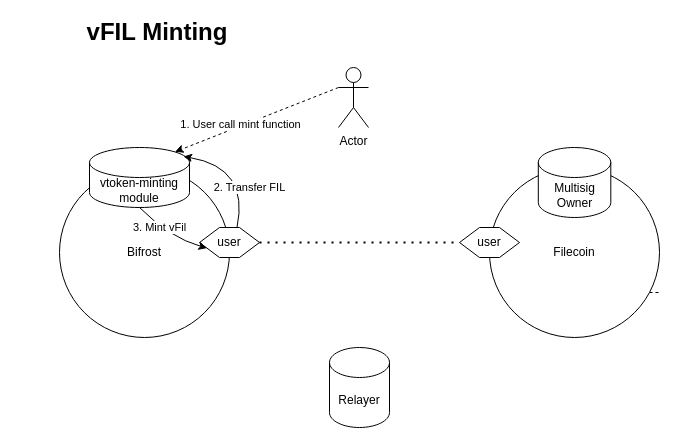
The draw.io diagram vfil-minting-redeeming.drawio in herryho/flowchars, before the edit. Source tidied: cells renumbered, new cells numbered last; positions are measured from the earlier drawing's top-left corner, leaving out a move shared by most shapes. Both pictures are drawn from the tidied source at 100%, with x=0, y=0 at pixel (27, 17).
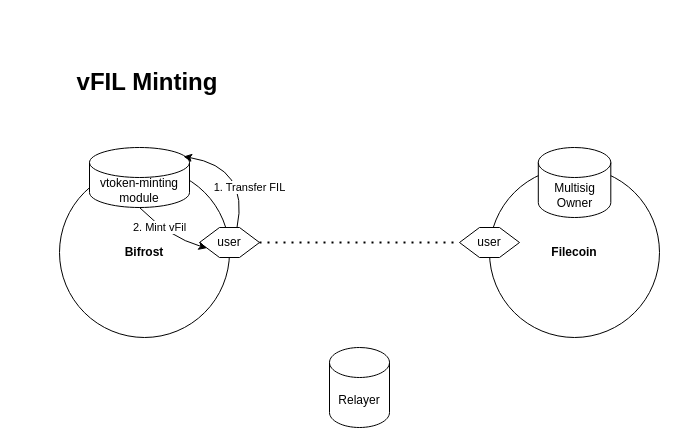
The same page after the edit.

Unchanged cells that the change refers to:
```xml
<mxCell id="5" value="user" style="shape=hexagon;perimeter=hexagonPerimeter2;whiteSpace=wrap;html=1;fixedSize=1;" parent="1" vertex="1">
  <mxGeometry x="172" y="210" width="60" height="30" as="geometry" />
</mxCell>
<mxCell id="9" value="vtoken-minting module" style="shape=cylinder3;whiteSpace=wrap;html=1;boundedLbl=1;backgroundOutline=1;size=15;" parent="1" vertex="1">
  <mxGeometry x="62" y="130" width="100" height="60" as="geometry" />
</mxCell>
```

Change to the diagram source:
```diff
@@
     <mxCell id="2" value="vFIL Minting" style="text;html=1;strokeColor=none;fillColor=none;align=center;verticalAlign=middle;whiteSpace=wrap;rounded=0;fontStyle=1;fontSize=24;" parent="1" vertex="1">
-      <mxGeometry width="260" height="30" as="geometry" />
+      <mxGeometry x="-10" y="50" width="260" height="30" as="geometry" />
     </mxCell>
-    <mxCell id="3" value="Bifrost" style="ellipse;whiteSpace=wrap;html=1;" parent="1" vertex="1">
+    <mxCell id="3" value="&lt;b&gt;Bifrost&lt;/b&gt;" style="ellipse;whiteSpace=wrap;html=1;" parent="1" vertex="1">
       <mxGeometry x="32" y="150" width="170" height="170" as="geometry" />
     </mxCell>
-    <mxCell id="4" value="Filecoin" style="ellipse;whiteSpace=wrap;html=1;" parent="1" vertex="1">
+    <mxCell id="4" value="&lt;b&gt;Filecoin&lt;/b&gt;" style="ellipse;whiteSpace=wrap;html=1;" parent="1" vertex="1">
       <mxGeometry x="462" y="150" width="170" height="170" as="geometry" />
     </mxCell>
@@
-    <mxCell id="10" value="2. Transfer FIL" style="curved=1;endArrow=classic;html=1;rounded=0;entryX=0.94;entryY=0.15;entryDx=0;entryDy=0;entryPerimeter=0;exitX=0.625;exitY=0;exitDx=0;exitDy=0;" parent="1" edge="1" source="5" target="9">
+    <mxCell id="10" value="1. Transfer FIL" style="curved=1;endArrow=classic;html=1;rounded=0;entryX=0.94;entryY=0.15;entryDx=0;entryDy=0;entryPerimeter=0;exitX=0.625;exitY=0;exitDx=0;exitDy=0;" parent="1" edge="1" source="5" target="9">
       <mxGeometry x="-0.34" y="-4" relative="1" as="geometry">
         <Array as="points">
           <mxPoint x="222" y="150" />
         </Array>
       </mxGeometry>
     </mxCell>
@@
-    <mxCell id="12" style="endArrow=none;dashed=1;html=1;rounded=0;exitX=1;exitY=0.5;exitDx=0;exitDy=0;" parent="1" edge="1">
-      <mxGeometry relative="1" as="geometry">
-        <mxPoint x="622" y="275" as="sourcePoint" />
-        <mxPoint x="632" y="275" as="targetPoint" />
-      </mxGeometry>
-    </mxCell>
-    <mxCell id="13" value="Actor" style="shape=umlActor;verticalLabelPosition=bottom;verticalAlign=top;html=1;outlineConnect=0;" parent="1" vertex="1">
-      <mxGeometry x="311" y="50" width="30" height="60" as="geometry" />
-    </mxCell>
-    <mxCell id="14" style="endArrow=classic;html=1;rounded=0;exitX=0;exitY=0.3333333333333333;exitDx=0;exitDy=0;exitPerimeter=0;entryX=0.855;entryY=0;entryDx=0;entryDy=4.35;entryPerimeter=0;dashed=1;" parent="1" edge="1" source="13" target="9">
-      <mxGeometry relative="1" as="geometry" />
-    </mxCell>
-    <mxCell id="15" value="1. User call mint function" style="edgeLabel;html=1;align=center;verticalAlign=middle;" parent="14" vertex="1">
-      <mxGeometry x="0.2" y="-2" relative="1" as="geometry" />
-    </mxCell>
-    <mxCell id="16" value="3. Mint vFil" style="curved=1;endArrow=classic;html=1;rounded=0;exitX=0.5;exitY=1;exitDx=0;exitDy=0;exitPerimeter=0;entryX=0;entryY=0.75;entryDx=0;entryDy=0;" parent="1" edge="1" source="9" target="5">
+    <mxCell id="16" value="2. Mint vFil" style="curved=1;endArrow=classic;html=1;rounded=0;exitX=0.5;exitY=1;exitDx=0;exitDy=0;exitPerimeter=0;entryX=0;entryY=0.75;entryDx=0;entryDy=0;" parent="1" edge="1" source="9" target="5">
       <mxGeometry x="-0.31" relative="1" as="geometry">
         <Array as="points">
           <mxPoint x="142" y="220" />
         </Array>
       </mxGeometry>
     </mxCell>
```
